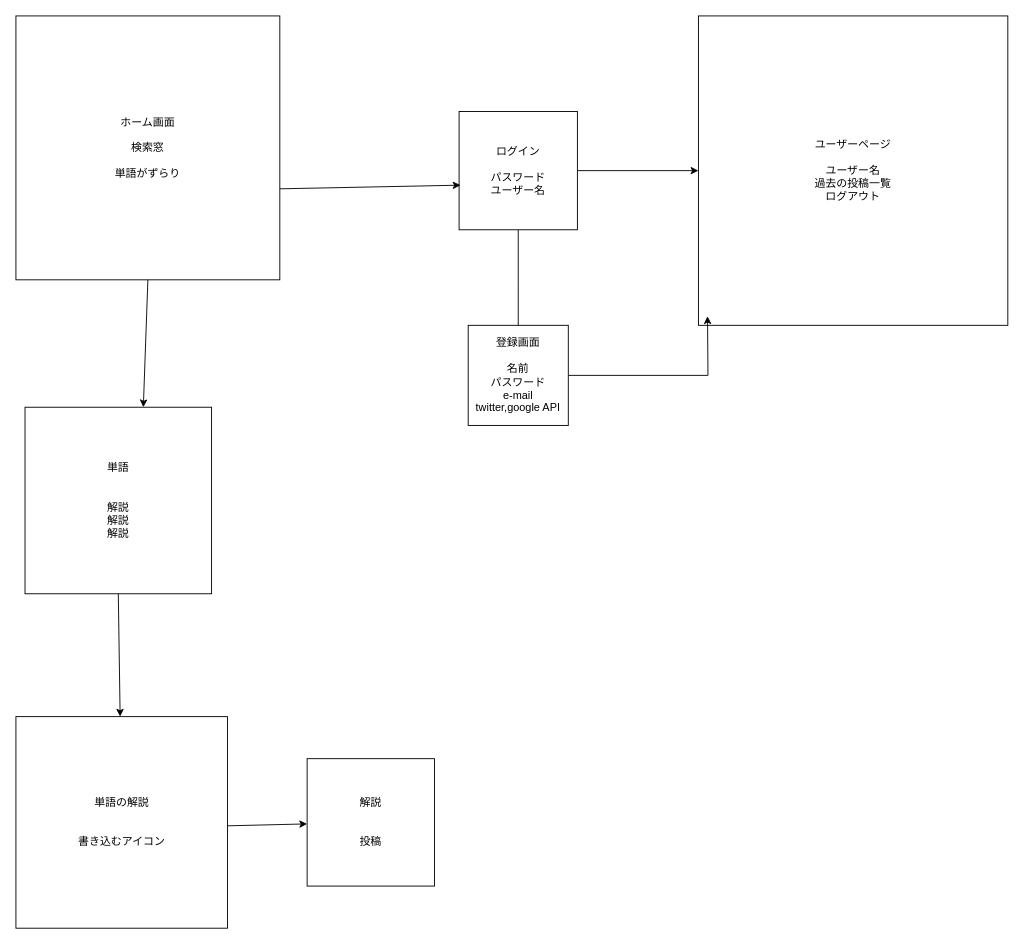
Before: flow_chart.dio in heihei-starts/inShort, a draw.io diagram. Source tidied: cells renumbered, new cells numbered last; positions are measured from the earlier drawing's top-left corner, leaving out a move shared by most shapes. Both pictures are drawn from the tidied source at 91%, with x=0, y=0 at pixel (15, 15).
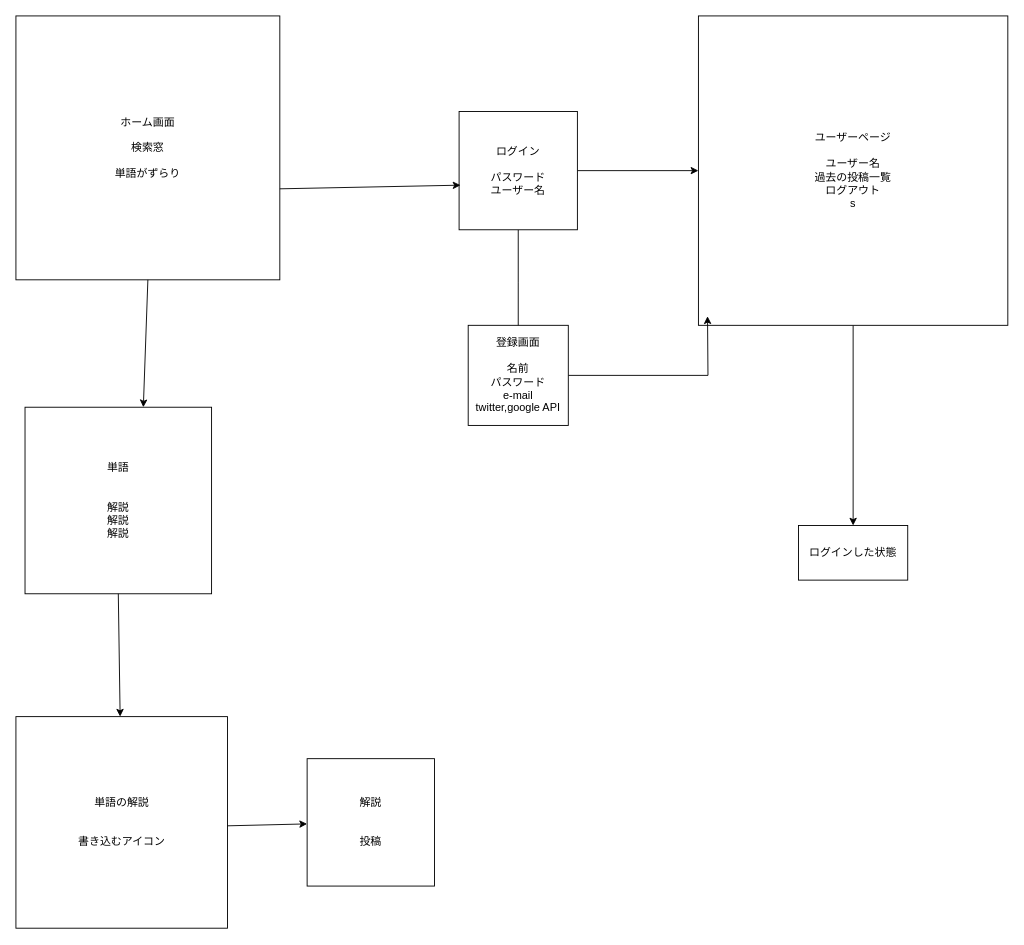
Above is the later version.

Change to the diagram source:
```diff
@@
+    <mxCell id="16" style="edgeStyle=orthogonalEdgeStyle;rounded=0;jettySize=auto;html=1;" parent="1" edge="1" source="9" target="17">
+      <mxGeometry relative="1" as="geometry" />
+    </mxCell>
-    <mxCell id="9" value="ユーザーページ&lt;br&gt;&lt;br&gt;ユーザー名&lt;br&gt;過去の投稿一覧&lt;br&gt;ログアウト" style="whiteSpace=wrap;html=1;" parent="1" vertex="1">
+    <mxCell id="9" value="ユーザーページ&lt;br&gt;&lt;br&gt;ユーザー名&lt;br&gt;過去の投稿一覧&lt;br&gt;ログアウト&lt;br&gt;s&lt;br&gt;" style="whiteSpace=wrap;html=1;" parent="1" vertex="1">
       <mxGeometry x="750" width="340" height="340" as="geometry" />
     </mxCell>
@@
+    <mxCell id="17" value="ログインした状態" style="whiteSpace=wrap;html=1;" parent="1" vertex="1">
+      <mxGeometry x="860" y="560" width="120" height="60" as="geometry" />
+    </mxCell>
```
